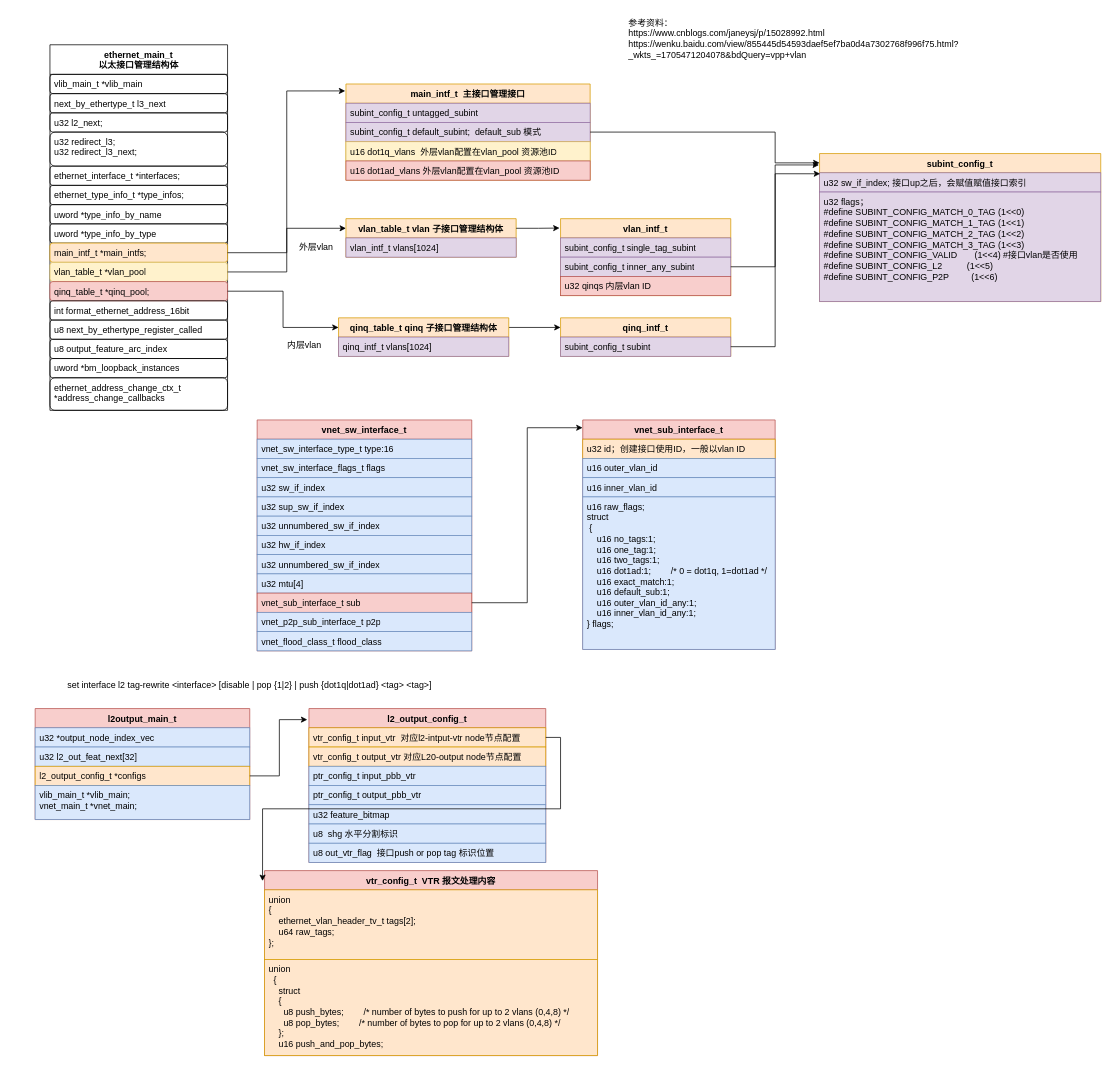
Earlier version of the draw.io diagram new_map/vlan_qinq.drawio (jin13417/dpdk-vpp-learning). Source tidied: cells renumbered, new cells numbered last; positions are measured from the earlier drawing's top-left corner, leaving out a move shared by most shapes. Both pictures are drawn from the tidied source at 74%, with x=0, y=0 at pixel (35, 13).
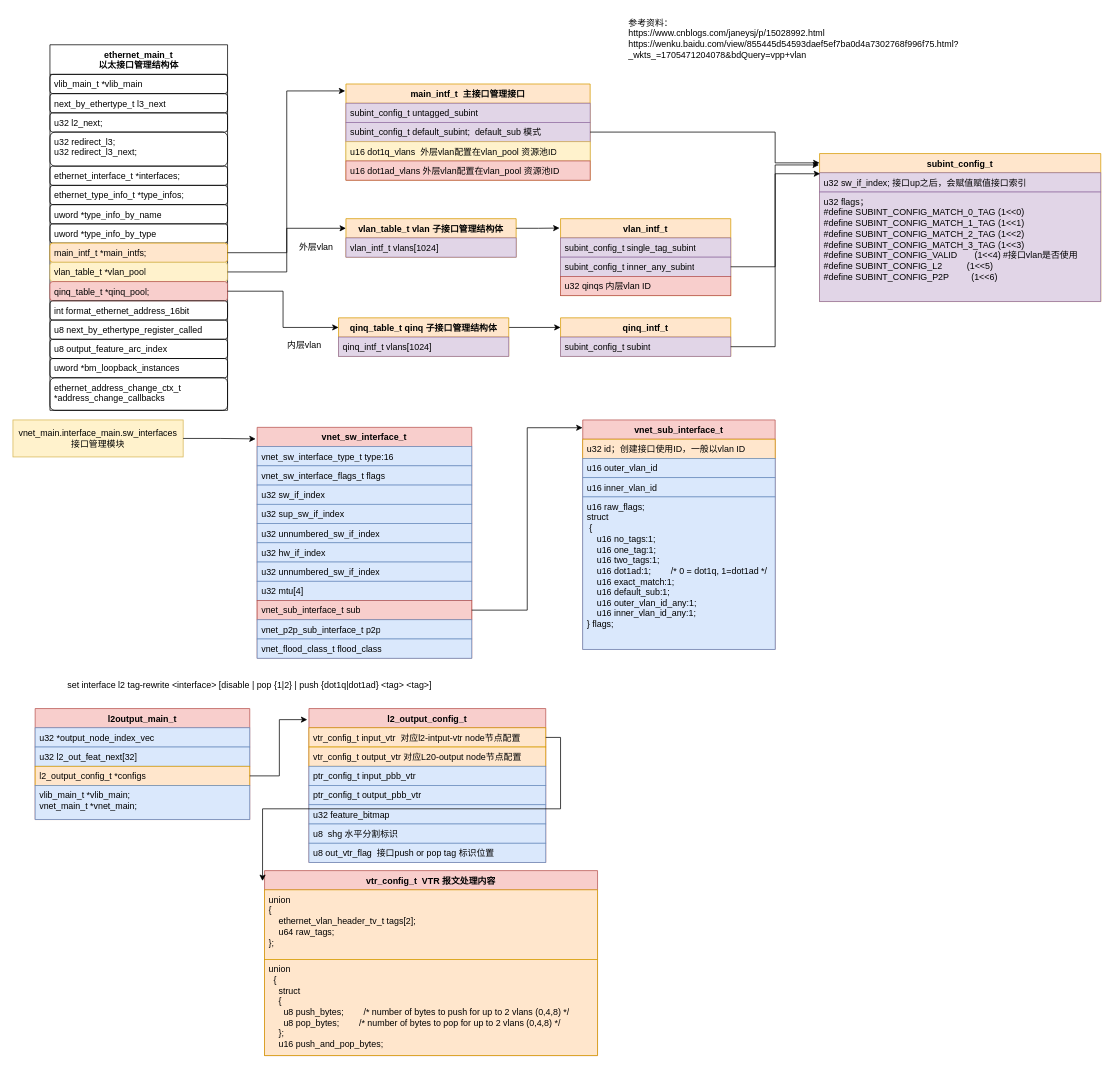
The same page after the edit.

The edit, as a diff of the source:
```diff
@@
     <mxCell id="42" value="vnet_sw_interface_t" style="swimlane;fontStyle=1;align=center;verticalAlign=top;horizontal=1;startSize=26;whiteSpace=wrap;html=1;fillColor=#f8cecc;strokeColor=#b85450;" parent="1" vertex="1">
-      <mxGeometry x="300" y="550" width="290" height="312" as="geometry" />
+      <mxGeometry x="300" y="560" width="290" height="312" as="geometry" />
     </mxCell>
@@
+    <mxCell id="85" value="vnet_main.interface_main.sw_interfaces&lt;br&gt;接口管理模块" style="text;html=1;strokeColor=#d6b656;fillColor=#fff2cc;align=center;verticalAlign=middle;whiteSpace=wrap;rounded=0;" parent="1" vertex="1">
+      <mxGeometry x="-30" y="550" width="230" height="50" as="geometry" />
+    </mxCell>
+    <mxCell id="86" style="edgeStyle=orthogonalEdgeStyle;rounded=0;jettySize=auto;html=1;exitX=1;exitY=0.5;exitDx=0;exitDy=0;entryX=-0.007;entryY=0.05;entryDx=0;entryDy=0;entryPerimeter=0;" parent="1" edge="1" source="85" target="42">
+      <mxGeometry relative="1" as="geometry" />
+    </mxCell>
```
